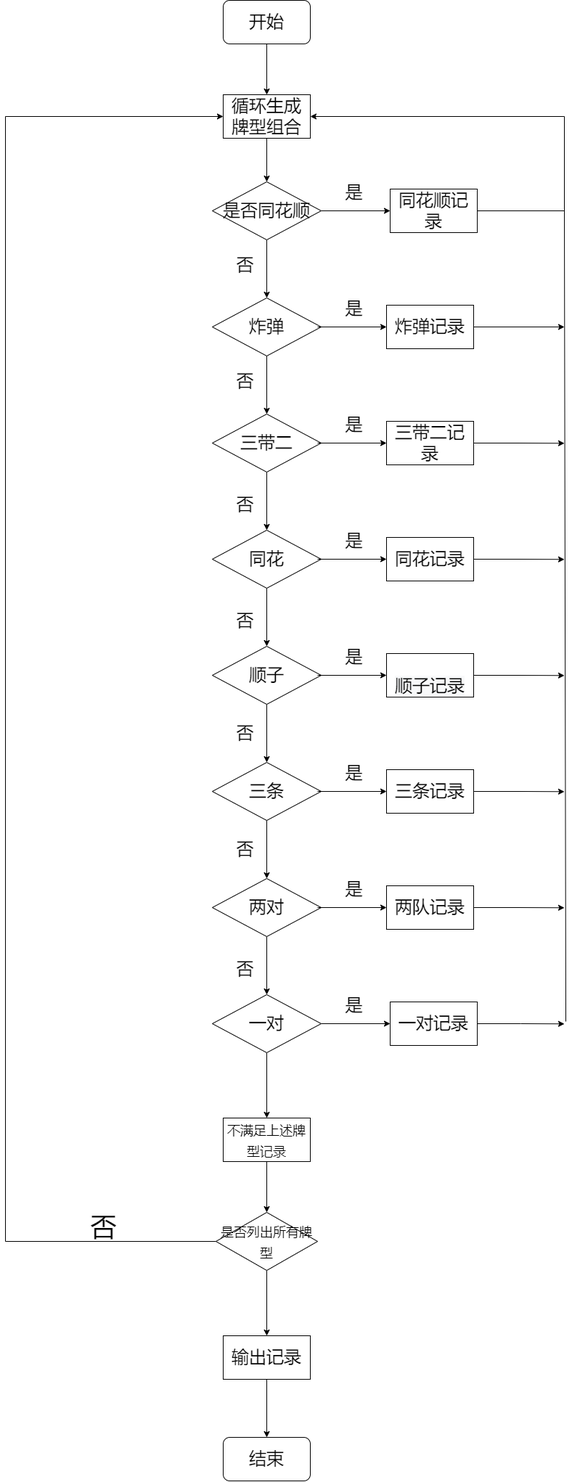
Earlier version of the draw.io export Untitled Diagram.drawio.png (whitesweater/first_). Source tidied: cells renumbered, new cells last; positions are measured from the earlier drawing's top-left corner, leaving out a move shared by most shapes.
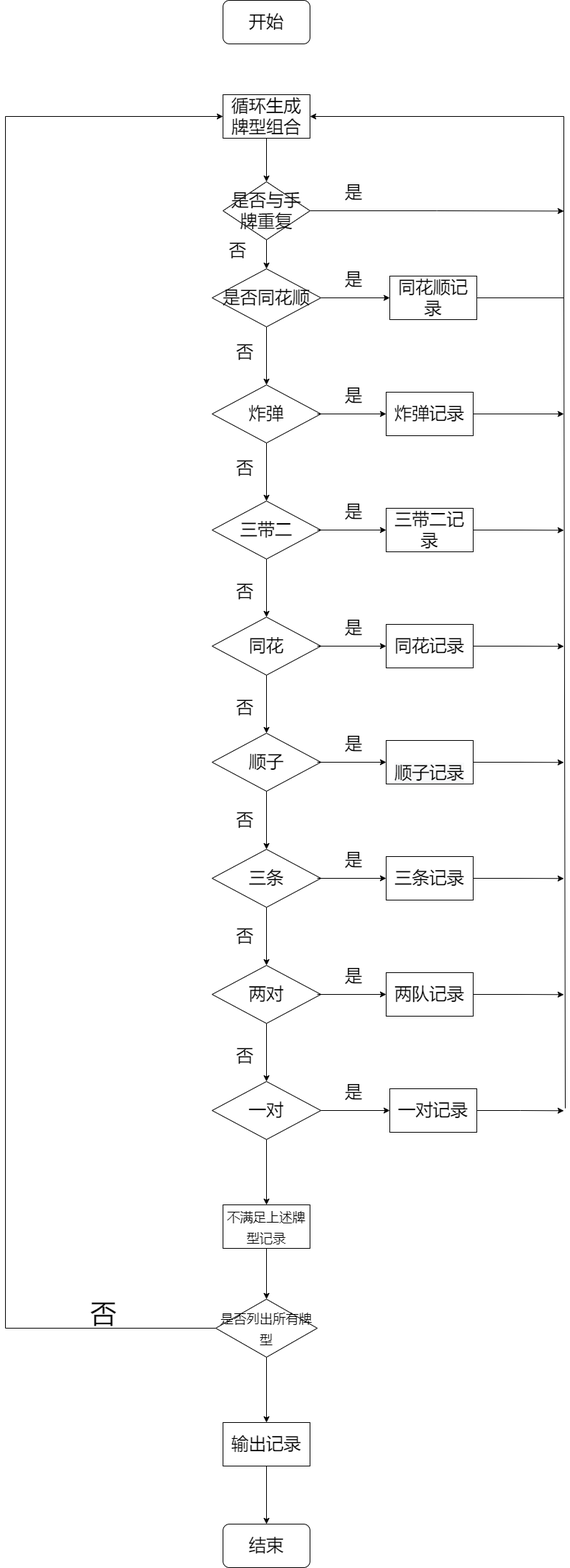
After the commit.

Diff of the diagram source:
```diff
@@ -3,21 +3,14 @@
     <mxCell id="0" />
     <mxCell id="1" parent="0" />
     <mxCell id="2" value="&lt;font style=&quot;font-size: 24px&quot;&gt;开始&lt;/font&gt;" style="rounded=1;whiteSpace=wrap;html=1;" parent="1" vertex="1">
-      <mxGeometry x="300" width="120" height="60" as="geometry" />
+      <mxGeometry x="300" y="-120" width="120" height="60" as="geometry" />
     </mxCell>
-    <mxCell id="3" style="endArrow=classic;html=1;rounded=0;fontSize=24;exitX=0.5;exitY=1;exitDx=0;exitDy=0;" parent="1" edge="1" source="2">
-      <mxGeometry relative="1" as="geometry">
-        <mxPoint x="360" y="130" as="targetPoint" />
-      </mxGeometry>
-    </mxCell>
+    <mxCell id="71" style="edgeStyle=orthogonalEdgeStyle;rounded=0;jettySize=auto;html=1;" parent="1" edge="1" source="4" target="74">
+      <mxGeometry relative="1" as="geometry" />
+    </mxCell>
     <mxCell id="4" value="循环生成牌型组合" style="rounded=0;whiteSpace=wrap;html=1;fontSize=24;" parent="1" vertex="1">
-      <mxGeometry x="300" y="130" width="120" height="60" as="geometry" />
+      <mxGeometry x="300" y="10" width="120" height="60" as="geometry" />
     </mxCell>
-    <mxCell id="5" style="endArrow=classic;html=1;rounded=0;fontSize=24;exitX=0.5;exitY=1;exitDx=0;exitDy=0;" parent="1" edge="1" source="4">
-      <mxGeometry relative="1" as="geometry">
-        <mxPoint x="360" y="250" as="targetPoint" />
-      </mxGeometry>
-    </mxCell>
     <mxCell id="6" style="edgeStyle=orthogonalEdgeStyle;rounded=0;jettySize=auto;html=1;fontSize=24;" parent="1" edge="1" source="8" target="10">
       <mxGeometry relative="1" as="geometry" />
     </mxCell>
@@ -82,7 +75,7 @@
       <mxGeometry relative="1" as="geometry">
         <Array as="points">
           <mxPoint x="770" y="290" />
-          <mxPoint x="770" y="160" />
+          <mxPoint x="770" y="40" />
         </Array>
       </mxGeometry>
     </mxCell>
@@ -209,7 +202,7 @@
       <mxGeometry relative="1" as="geometry">
         <Array as="points">
           <mxPoint y="1710" />
-          <mxPoint y="160" />
+          <mxPoint y="40" />
         </Array>
       </mxGeometry>
     </mxCell>
@@ -252,5 +245,22 @@
     <mxCell id="70" value="结束" style="rounded=1;whiteSpace=wrap;html=1;fontSize=24;" parent="1" vertex="1">
       <mxGeometry x="300" y="1980" width="120" height="60" as="geometry" />
     </mxCell>
+    <mxCell id="72" style="edgeStyle=orthogonalEdgeStyle;rounded=0;jettySize=auto;html=1;exitX=0.5;exitY=1;exitDx=0;exitDy=0;entryX=0.5;entryY=0;entryDx=0;entryDy=0;" parent="1" edge="1" source="74" target="8">
+      <mxGeometry relative="1" as="geometry" />
+    </mxCell>
+    <mxCell id="73" style="edgeStyle=orthogonalEdgeStyle;rounded=0;jettySize=auto;html=1;exitX=1;exitY=0.5;exitDx=0;exitDy=0;" parent="1" edge="1" source="74">
+      <mxGeometry relative="1" as="geometry">
+        <mxPoint x="770" y="170.4" as="targetPoint" />
+      </mxGeometry>
+    </mxCell>
+    <mxCell id="74" value="是否与手牌重复" style="rhombus;whiteSpace=wrap;html=1;fontSize=24;rounded=0;" parent="1" vertex="1">
+      <mxGeometry x="300" y="130" width="120" height="80" as="geometry" />
+    </mxCell>
+    <mxCell id="75" value="否" style="text;html=1;align=center;verticalAlign=middle;strokeColor=none;fillColor=none;fontSize=24;" parent="1" vertex="1">
+      <mxGeometry x="300" y="210" width="40" height="30" as="geometry" />
+    </mxCell>
+    <mxCell id="76" value="是" style="text;html=1;align=center;verticalAlign=middle;strokeColor=none;fillColor=none;fontSize=24;" parent="1" vertex="1">
+      <mxGeometry x="460" y="130" width="40" height="30" as="geometry" />
+    </mxCell>
   </root>
 </mxGraphModel>
```
